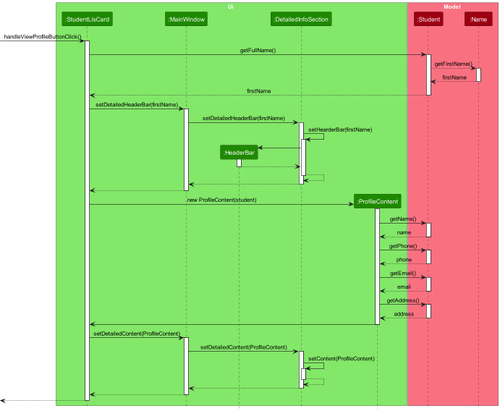
Above: docs/images/ProfileClickSequenceDiagram.png in nus-cs2103-AY2223S2/tp (PlantUML), before the change. Source of this version:
```plantuml
@startuml
!include style.puml

box Ui UI_COLOR_T1
participant ":StudentLisCard" as StudentListCard UI_COLOR
participant ":MainWindow" as MainWindow UI_COLOR
participant ":HeaderBar" as HeaderBar UI_COLOR
participant ":DetailedInfoSection" as DetailedInfoSection UI_COLOR
participant ":ProfileContent" as ProfileContent UI_COLOR
end box

box Model MODEL_COLOR_T1
participant ":Student" as Student MODEL_COLOR
participant ":Name" as Name MODEL_COLOR
end box

[-> StudentListCard : handleViewProfileButtonClick()
activate StudentListCard

StudentListCard -> Student : getFullName()
activate Student

Student --> Name : getFirstName()
activate Name
return firstName

return firstName

StudentListCard -> MainWindow : setDetailedHeaderBar(firstName)
activate MainWindow

MainWindow -> DetailedInfoSection : setDetailedHeaderBar(firstName)
activate DetailedInfoSection

DetailedInfoSection -> DetailedInfoSection : setHearderBar(firstName)
activate DetailedInfoSection

create HeaderBar
DetailedInfoSection -> HeaderBar
activate HeaderBar

HeaderBar --> DetailedInfoSection
deactivate HeaderBar

DetailedInfoSection --> DetailedInfoSection
deactivate DetailedInfoSection

DetailedInfoSection --> MainWindow
deactivate DetailedInfoSection

MainWindow --> StudentListCard
deactivate MainWindow

create ProfileContent
StudentListCard -> ProfileContent : new ProfileContent(student)
activate ProfileContent

ProfileContent -> Student : getName()
activate Student
return name

ProfileContent -> Student : getPhone()
activate Student
return phone

ProfileContent -> Student : getEmail()
activate Student
return email

ProfileContent -> Student : getAddress()
activate Student
return address

ProfileContent -> StudentListCard
deactivate ProfileContent

StudentListCard -> MainWindow : setDetailedContent(ProfileContent)
activate MainWindow

MainWindow -> DetailedInfoSection : setDetailedContent(ProfileContent)
activate DetailedInfoSection

DetailedInfoSection -> DetailedInfoSection : setContent(ProfileContent)
activate DetailedInfoSection

DetailedInfoSection --> DetailedInfoSection
deactivate DetailedInfoSection

DetailedInfoSection --> MainWindow
deactivate DetailedInfoSection

MainWindow --> StudentListCard
deactivate MainWindow

[<-- StudentListCard
deactivate StudentListCard

@enduml
```
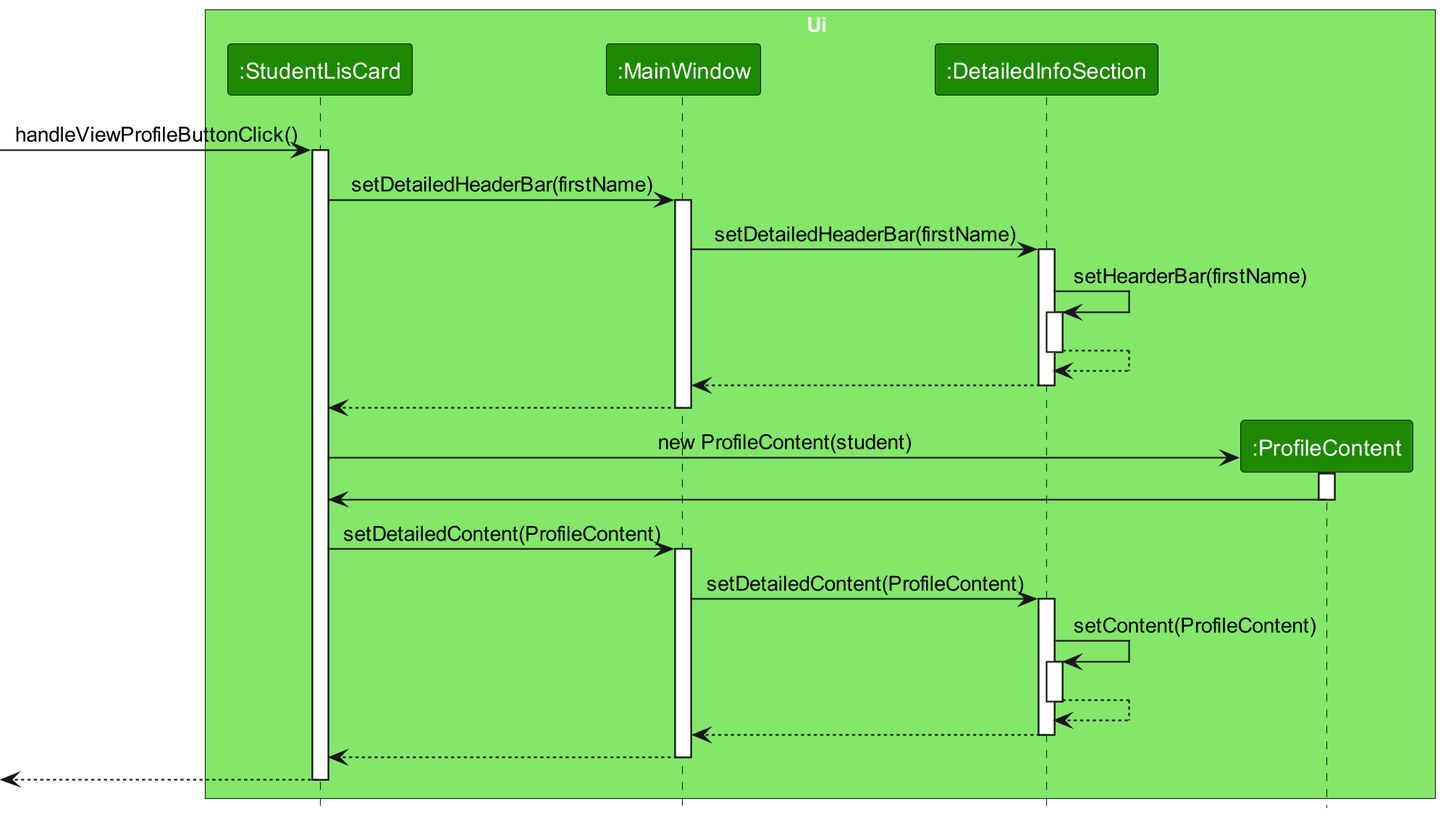
Later version of the same file.

Change to the diagram source:
```diff
@@ -4,27 +4,12 @@
 box Ui UI_COLOR_T1
 participant ":StudentLisCard" as StudentListCard UI_COLOR
 participant ":MainWindow" as MainWindow UI_COLOR
-participant ":HeaderBar" as HeaderBar UI_COLOR
 participant ":DetailedInfoSection" as DetailedInfoSection UI_COLOR
 participant ":ProfileContent" as ProfileContent UI_COLOR
 end box
 
-box Model MODEL_COLOR_T1
-participant ":Student" as Student MODEL_COLOR
-participant ":Name" as Name MODEL_COLOR
-end box
-
 [-> StudentListCard : handleViewProfileButtonClick()
 activate StudentListCard
-
-StudentListCard -> Student : getFullName()
-activate Student
-
-Student --> Name : getFirstName()
-activate Name
-return firstName
-
-return firstName
 
 StudentListCard -> MainWindow : setDetailedHeaderBar(firstName)
 activate MainWindow
@@ -34,13 +19,6 @@
 
 DetailedInfoSection -> DetailedInfoSection : setHearderBar(firstName)
 activate DetailedInfoSection
-
-create HeaderBar
-DetailedInfoSection -> HeaderBar
-activate HeaderBar
-
-HeaderBar --> DetailedInfoSection
-deactivate HeaderBar
 
 DetailedInfoSection --> DetailedInfoSection
 deactivate DetailedInfoSection
@@ -54,22 +32,6 @@
 create ProfileContent
 StudentListCard -> ProfileContent : new ProfileContent(student)
 activate ProfileContent
-
-ProfileContent -> Student : getName()
-activate Student
-return name
-
-ProfileContent -> Student : getPhone()
-activate Student
-return phone
-
-ProfileContent -> Student : getEmail()
-activate Student
-return email
-
-ProfileContent -> Student : getAddress()
-activate Student
-return address
 
 ProfileContent -> StudentListCard
 deactivate ProfileContent
```
